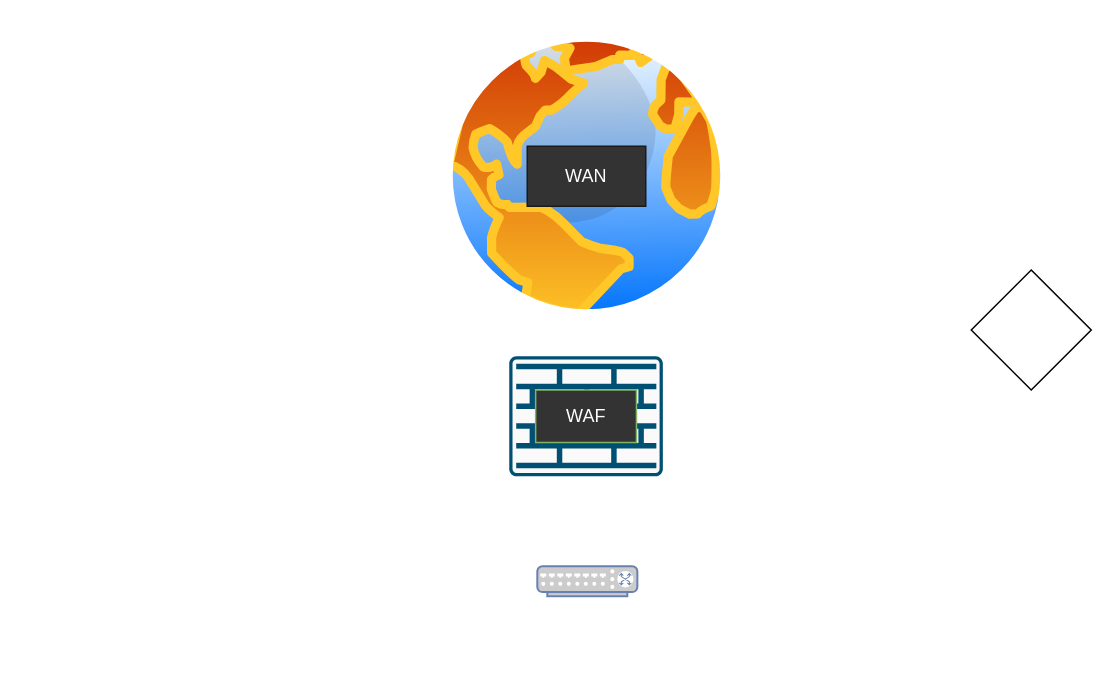
This is Tetha.drawio from Tiafoxxx/BW1, a draw.io file, before an edit. Source tidied: cells renumbered, new cells numbered last; positions are measured from the earlier drawing's top-left corner, leaving out a move shared by most shapes. Both pictures are drawn from the tidied source at 150%, with x=0, y=0 at pixel (436, 26).
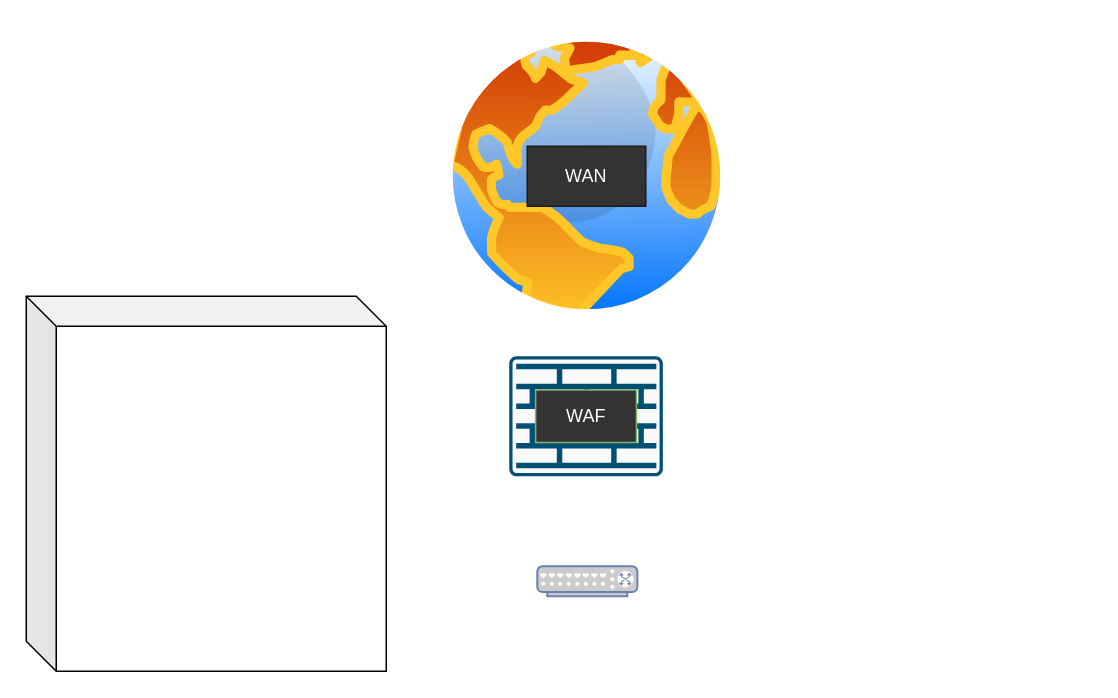
After the change.

Change to the diagram source:
```diff
@@
 <mxGraphModel>
   <root>
     <mxCell id="0" />
     <mxCell id="1" parent="0" />
     <mxCell id="2" style="image;perimeter=ellipsePerimeter;html=1;align=center;shadow=0;dashed=0;spacingTop=3;image=img/lib/active_directory/internet_globe.svg;" parent="1" vertex="1">
       <mxGeometry width="200" height="200" as="geometry" />
     </mxCell>
     <mxCell id="3" value="&lt;font color=&quot;#ffffff&quot;&gt;WAN&lt;/font&gt;" style="text;align=center;html=1;verticalAlign=middle;whiteSpace=wrap;rounded=0;fillColor=#333333;strokeColor=#1A1A1A;gradientColor=none;" parent="1" vertex="1">
       <mxGeometry x="60" y="80" width="79" height="40" as="geometry" />
     </mxCell>
     <mxCell id="4" style="sketch=0;verticalLabelPosition=bottom;html=1;verticalAlign=top;align=center;shape=mxgraph.cisco19.rect;prIcon=firewall;fillColor=#FAFAFA;strokeColor=#005073;" parent="1" vertex="1">
       <mxGeometry x="48" y="220" width="102.4" height="80" as="geometry" />
     </mxCell>
     <mxCell id="5" value="&lt;font color=&quot;#ffffff&quot;&gt;WAF&lt;/font&gt;" style="text;strokeColor=#82b366;align=center;fillColor=#333333;html=1;verticalAlign=middle;whiteSpace=wrap;rounded=0;gradientColor=none;" parent="1" vertex="1">
       <mxGeometry x="65.6" y="242.5" width="67.2" height="35" as="geometry" />
     </mxCell>
     <mxCell id="6" style="fontColor=#0066CC;verticalAlign=top;verticalLabelPosition=bottom;labelPosition=center;align=center;html=1;fillColor=#CCCCCC;strokeColor=#6881B3;gradientColor=none;gradientDirection=north;strokeWidth=2;shape=mxgraph.networks.switch;" parent="1" vertex="1">
       <mxGeometry x="66.7" y="360" width="66.7" height="20" as="geometry" />
     </mxCell>
-    <mxCell id="7" style="rhombus;whiteSpace=wrap;html=1;" parent="1" vertex="1">
-      <mxGeometry x="356" y="162.5" width="80" height="80" as="geometry" />
-    </mxCell>
+    <mxCell id="8" style="shape=cube;whiteSpace=wrap;html=1;boundedLbl=1;backgroundOutline=1;darkOpacity=0.05;darkOpacity2=0.1;" parent="1" vertex="1">
+      <mxGeometry x="-274" y="180" width="240" height="250" as="geometry" />
+    </mxCell>
   </root>
 </mxGraphModel>
```
